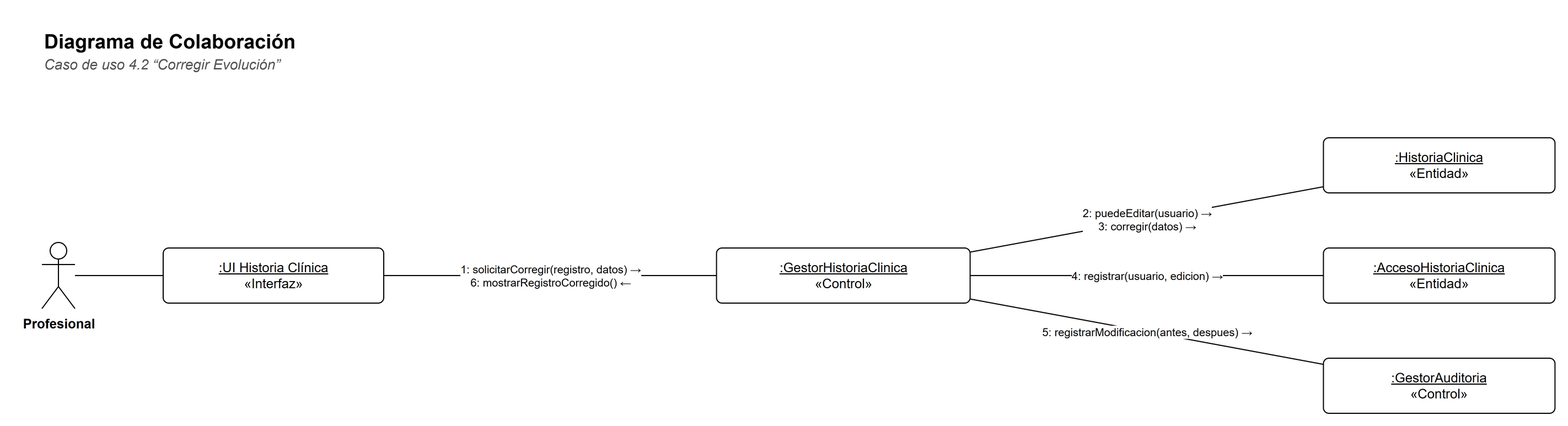
Earlier version of the draw.io export docs/diagramas/colaboracion-4-2.png (Matiglorioso/kineturnos). Source tidied: cells renumbered, new cells last; positions are measured from the earlier drawing's top-left corner, leaving out a move shared by most shapes.
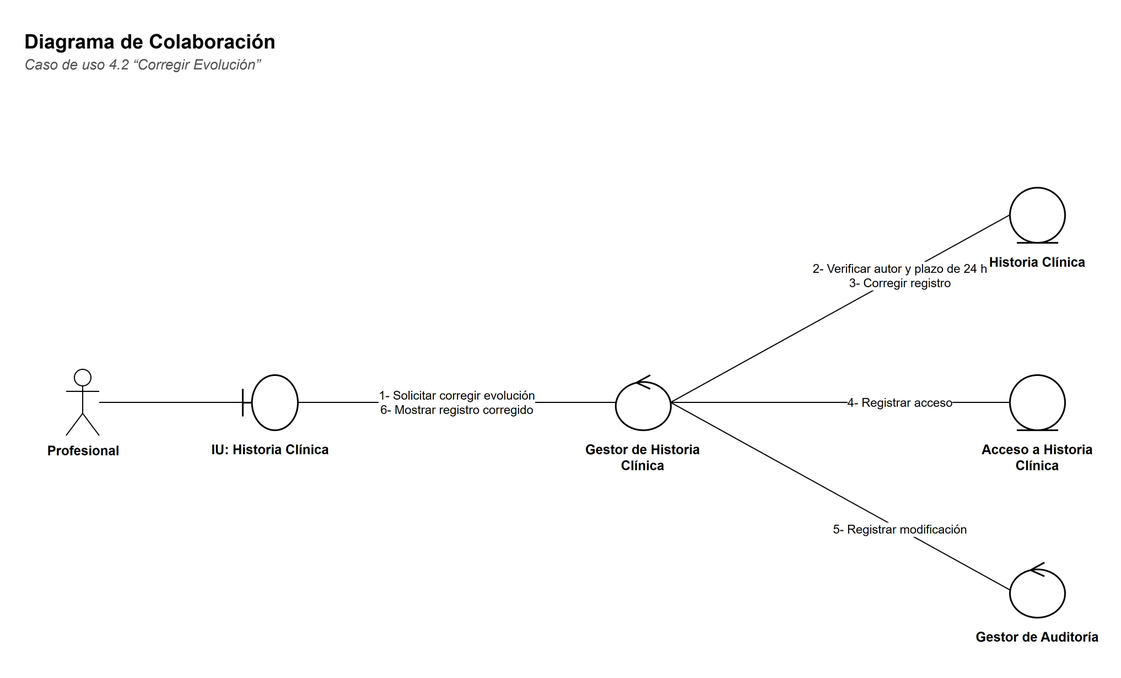
The same diagram one commit later.

Change to the diagram source:
```diff
@@ -9,37 +9,52 @@
       <mxGeometry y="24" width="900" height="20" as="geometry" />
     </mxCell>
     <mxCell id="4" value="Profesional" style="shape=umlActor;verticalLabelPosition=bottom;verticalAlign=top;html=1;outlineConnect=0;fillColor=#FFFFFF;strokeColor=#000000;fontFamily=Helvetica;fontSize=12;fontStyle=1;" parent="1" vertex="1">
-      <mxGeometry y="200" width="30" height="60" as="geometry" />
+      <mxGeometry x="40" y="315" width="30" height="60" as="geometry" />
     </mxCell>
-    <mxCell id="5" value="&lt;u&gt;:UI Historia Clínica&lt;/u&gt;&lt;br&gt;«Interfaz»" style="rounded=0;whiteSpace=wrap;html=1;fillColor=#FFFFFF;strokeColor=#000000;fontFamily=Helvetica;fontSize=12;rounded=1;arcSize=10;" parent="1" vertex="1">
-      <mxGeometry x="110" y="205" width="200" height="50" as="geometry" />
+    <mxCell id="5" style="shape=umlBoundary;html=1;fillColor=#FFFFFF;strokeColor=#000000;strokeWidth=1.5;" parent="1" vertex="1">
+      <mxGeometry x="200" y="320" width="50" height="50" as="geometry" />
     </mxCell>
-    <mxCell id="6" value="&lt;u&gt;:GestorHistoriaClinica&lt;/u&gt;&lt;br&gt;«Control»" style="rounded=0;whiteSpace=wrap;html=1;fillColor=#FFFFFF;strokeColor=#000000;fontFamily=Helvetica;fontSize=12;rounded=1;arcSize=10;" parent="1" vertex="1">
-      <mxGeometry x="611.8" y="205" width="230" height="50" as="geometry" />
+    <mxCell id="6" value="&lt;b&gt;IU: Historia Clínica&lt;/b&gt;" style="text;html=1;strokeColor=none;fillColor=none;align=left;verticalAlign=top;whiteSpace=wrap;fontFamily=Helvetica;align=center;fontSize=12;" parent="1" vertex="1">
+      <mxGeometry x="160" y="374" width="130" height="40" as="geometry" />
     </mxCell>
-    <mxCell id="7" value="&lt;u&gt;:HistoriaClinica&lt;/u&gt;&lt;br&gt;«Entidad»" style="rounded=0;whiteSpace=wrap;html=1;fillColor=#FFFFFF;strokeColor=#000000;fontFamily=Helvetica;fontSize=12;rounded=1;arcSize=10;" parent="1" vertex="1">
-      <mxGeometry x="1162.2" y="105" width="210" height="50" as="geometry" />
+    <mxCell id="7" style="shape=umlControl;html=1;fillColor=#FFFFFF;strokeColor=#000000;strokeWidth=1.5;" parent="1" vertex="1">
+      <mxGeometry x="538.4" y="320" width="50" height="50" as="geometry" />
     </mxCell>
-    <mxCell id="8" value="&lt;u&gt;:AccesoHistoriaClinica&lt;/u&gt;&lt;br&gt;«Entidad»" style="rounded=0;whiteSpace=wrap;html=1;fillColor=#FFFFFF;strokeColor=#000000;fontFamily=Helvetica;fontSize=12;rounded=1;arcSize=10;" parent="1" vertex="1">
-      <mxGeometry x="1162.2" y="205" width="210" height="50" as="geometry" />
+    <mxCell id="8" value="&lt;b&gt;Gestor de Historia Clínica&lt;/b&gt;" style="text;html=1;strokeColor=none;fillColor=none;align=left;verticalAlign=top;whiteSpace=wrap;fontFamily=Helvetica;align=center;fontSize=12;" parent="1" vertex="1">
+      <mxGeometry x="498.4" y="374" width="130" height="40" as="geometry" />
     </mxCell>
-    <mxCell id="9" value="&lt;u&gt;:GestorAuditoria&lt;/u&gt;&lt;br&gt;«Control»" style="rounded=0;whiteSpace=wrap;html=1;fillColor=#FFFFFF;strokeColor=#000000;fontFamily=Helvetica;fontSize=12;rounded=1;arcSize=10;" parent="1" vertex="1">
-      <mxGeometry x="1162.2" y="305" width="210" height="50" as="geometry" />
+    <mxCell id="9" style="shape=umlEntity;html=1;fillColor=#FFFFFF;strokeColor=#000000;strokeWidth=1.5;" parent="1" vertex="1">
+      <mxGeometry x="896" y="150" width="50" height="50" as="geometry" />
     </mxCell>
-    <mxCell id="10" style="edgeStyle=none;html=1;endArrow=none;endFill=0;strokeColor=#000000;fontFamily=Helvetica;fontSize=11;labelBackgroundColor=#FFFFFF;" parent="1" edge="1" source="4" target="5">
-      <mxGeometry relative="1" as="geometry" />
+    <mxCell id="10" value="&lt;b&gt;Historia Clínica&lt;/b&gt;" style="text;html=1;strokeColor=none;fillColor=none;align=left;verticalAlign=top;whiteSpace=wrap;fontFamily=Helvetica;align=center;fontSize=12;" parent="1" vertex="1">
+      <mxGeometry x="856" y="204" width="130" height="40" as="geometry" />
     </mxCell>
-    <mxCell id="11" value="1: solicitarCorregir(registro, datos) →&lt;br&gt;6: mostrarRegistroCorregido() ←" style="edgeStyle=none;html=1;endArrow=none;endFill=0;strokeColor=#000000;fontFamily=Helvetica;fontSize=11;labelBackgroundColor=#FFFFFF;fontSize=10;" parent="1" edge="1" source="6" target="5">
-      <mxGeometry relative="1" as="geometry" />
+    <mxCell id="11" style="shape=umlEntity;html=1;fillColor=#FFFFFF;strokeColor=#000000;strokeWidth=1.5;" parent="1" vertex="1">
+      <mxGeometry x="896" y="320" width="50" height="50" as="geometry" />
     </mxCell>
-    <mxCell id="12" value="2: puedeEditar(usuario) →&lt;br&gt;3: corregir(datos) →" style="edgeStyle=none;html=1;endArrow=none;endFill=0;strokeColor=#000000;fontFamily=Helvetica;fontSize=11;labelBackgroundColor=#FFFFFF;fontSize=10;" parent="1" edge="1" source="7" target="6">
-      <mxGeometry relative="1" as="geometry" />
+    <mxCell id="12" value="&lt;b&gt;Acceso a Historia Clínica&lt;/b&gt;" style="text;html=1;strokeColor=none;fillColor=none;align=left;verticalAlign=top;whiteSpace=wrap;fontFamily=Helvetica;align=center;fontSize=12;" parent="1" vertex="1">
+      <mxGeometry x="856" y="374" width="130" height="40" as="geometry" />
     </mxCell>
-    <mxCell id="13" value="4: registrar(usuario, edicion) →" style="edgeStyle=none;html=1;endArrow=none;endFill=0;strokeColor=#000000;fontFamily=Helvetica;fontSize=11;labelBackgroundColor=#FFFFFF;fontSize=10;" parent="1" edge="1" source="8" target="6">
-      <mxGeometry relative="1" as="geometry" />
+    <mxCell id="13" style="shape=umlControl;html=1;fillColor=#FFFFFF;strokeColor=#000000;strokeWidth=1.5;" parent="1" vertex="1">
+      <mxGeometry x="896" y="490" width="50" height="50" as="geometry" />
     </mxCell>
-    <mxCell id="14" value="5: registrarModificacion(antes, despues) →" style="edgeStyle=none;html=1;endArrow=none;endFill=0;strokeColor=#000000;fontFamily=Helvetica;fontSize=11;labelBackgroundColor=#FFFFFF;fontSize=10;" parent="1" edge="1" source="9" target="6">
-      <mxGeometry relative="1" as="geometry" />
+    <mxCell id="14" value="&lt;b&gt;Gestor de Auditoría&lt;/b&gt;" style="text;html=1;strokeColor=none;fillColor=none;align=left;verticalAlign=top;whiteSpace=wrap;fontFamily=Helvetica;align=center;fontSize=12;" parent="1" vertex="1">
+      <mxGeometry x="856" y="544" width="130" height="40" as="geometry" />
     </mxCell>
+    <mxCell id="15" style="edgeStyle=none;html=1;endArrow=none;endFill=0;strokeColor=#000000;fontFamily=Helvetica;fontSize=11;labelBackgroundColor=#FFFFFF;" parent="1" edge="1" source="4" target="5">
+      <mxGeometry relative="1" as="geometry" />
+    </mxCell>
+    <mxCell id="16" value="1- Solicitar corregir evolución&lt;br&gt;6- Mostrar registro corregido" style="edgeStyle=none;html=1;endArrow=none;endFill=0;strokeColor=#000000;fontFamily=Helvetica;fontSize=11;labelBackgroundColor=#FFFFFF;fontSize=11;exitX=1;exitY=0.5;exitDx=0;exitDy=0;entryX=0;entryY=0.5;entryDx=0;entryDy=0;" parent="1" edge="1" source="5" target="7">
+      <mxGeometry relative="1" as="geometry" />
+    </mxCell>
+    <mxCell id="17" value="2- Verificar autor y plazo de 24 h&lt;br&gt;3- Corregir registro" style="edgeStyle=none;html=1;endArrow=none;endFill=0;strokeColor=#000000;fontFamily=Helvetica;fontSize=11;labelBackgroundColor=#FFFFFF;fontSize=11;exitX=1;exitY=0.5;exitDx=0;exitDy=0;entryX=0;entryY=0.5;entryDx=0;entryDy=0;" parent="1" edge="1" source="7" target="9">
+      <mxGeometry x="0.35" relative="1" as="geometry" />
+    </mxCell>
+    <mxCell id="18" value="4- Registrar acceso" style="edgeStyle=none;html=1;endArrow=none;endFill=0;strokeColor=#000000;fontFamily=Helvetica;fontSize=11;labelBackgroundColor=#FFFFFF;fontSize=11;exitX=1;exitY=0.5;exitDx=0;exitDy=0;entryX=0;entryY=0.5;entryDx=0;entryDy=0;" parent="1" edge="1" source="7" target="11">
+      <mxGeometry x="0.35" relative="1" as="geometry" />
+    </mxCell>
+    <mxCell id="19" value="5- Registrar modificación" style="edgeStyle=none;html=1;endArrow=none;endFill=0;strokeColor=#000000;fontFamily=Helvetica;fontSize=11;labelBackgroundColor=#FFFFFF;fontSize=11;exitX=1;exitY=0.5;exitDx=0;exitDy=0;entryX=0;entryY=0.5;entryDx=0;entryDy=0;" parent="1" edge="1" source="7" target="13">
+      <mxGeometry x="0.35" relative="1" as="geometry" />
+    </mxCell>
   </root>
 </mxGraphModel>
```
